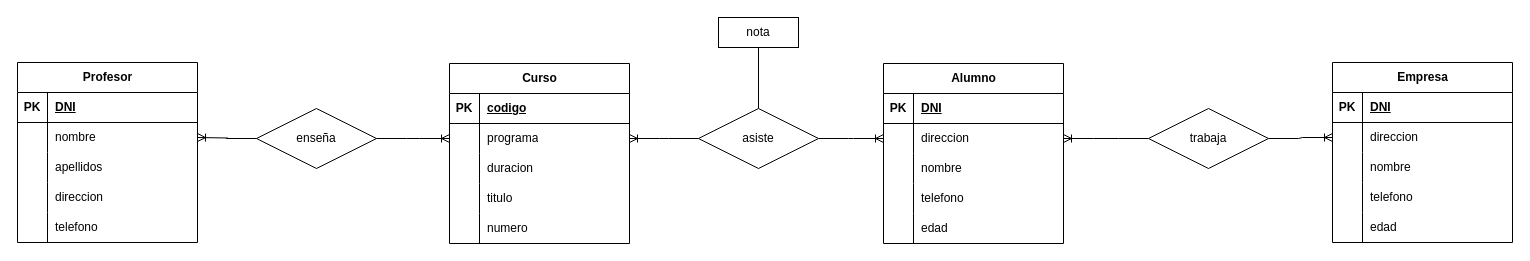
Above: Ejercicio2.drawio in Daninuro/diagrames-cvf-dn-mpl-n-11102023 (draw.io), before the change. Source tidied: cells renumbered, new cells numbered last; positions are measured from the earlier drawing's top-left corner, leaving out a move shared by most shapes. Both pictures are drawn from the tidied source at 100%, with x=0, y=0 at pixel (17, 17).
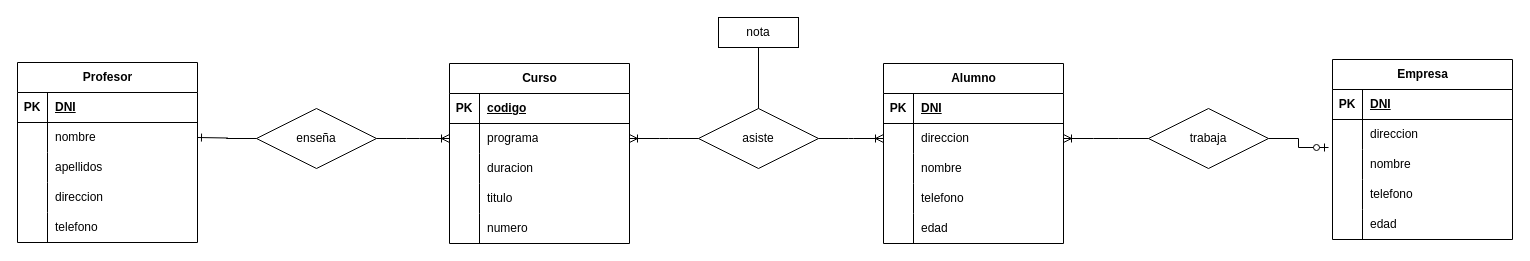
The same diagram, later.

The change refers to these unchanged cells:
```xml
<mxCell id="6" style="shape=tableRow;horizontal=0;startSize=0;swimlaneHead=0;swimlaneBody=0;fillColor=none;points=[[0,0.5],[1,0.5]];portConstraint=eastwest;top=0;left=0;right=0;bottom=0;" parent="2" vertex="1">
  <mxGeometry y="60" width="180" height="30" as="geometry" />
</mxCell>
<mxCell id="18" value="enseña" style="shape=rhombus;perimeter=rhombusPerimeter;whiteSpace=wrap;html=1;align=center;" parent="1" vertex="1">
  <mxGeometry x="239" y="91" width="120" height="60" as="geometry" />
</mxCell>
<mxCell id="58" value="trabaja" style="shape=rhombus;perimeter=rhombusPerimeter;whiteSpace=wrap;html=1;align=center;" parent="1" vertex="1">
  <mxGeometry x="1131" y="91" width="120" height="60" as="geometry" />
</mxCell>
<mxCell id="63" style="shape=tableRow;horizontal=0;startSize=0;swimlaneHead=0;swimlaneBody=0;fillColor=none;points=[[0,0.5],[1,0.5]];portConstraint=eastwest;top=0;left=0;right=0;bottom=0;" parent="59" vertex="1">
  <mxGeometry y="60" width="180" height="30" as="geometry" />
</mxCell>
```

The edit, as a diff of the source:
```diff
@@
-    <mxCell id="57" style="edgeStyle=entityRelationEdgeStyle;fontSize=12;html=1;endArrow=ERoneToMany;rounded=0;exitX=0;exitY=0.5;exitDx=0;exitDy=0;" parent="1" edge="1" source="18" target="6">
-      <mxGeometry relative="1" as="geometry" />
-    </mxCell>
@@
     <mxCell id="59" value="Empresa" style="shape=table;startSize=30;childLayout=tableLayout;rowLines=0;fontStyle=1;align=center;html=1;" parent="1" vertex="1">
-      <mxGeometry x="1315" y="45" width="180" height="180" as="geometry" />
+      <mxGeometry x="1315" y="42" width="180" height="180" as="geometry" />
     </mxCell>
@@
-    <mxCell id="76" style="edgeStyle=entityRelationEdgeStyle;fontSize=12;html=1;endArrow=ERoneToMany;rounded=0;entryX=0;entryY=0.5;entryDx=0;entryDy=0;exitX=1;exitY=0.5;exitDx=0;exitDy=0;" parent="1" edge="1" source="58" target="63">
-      <mxGeometry relative="1" as="geometry" />
-    </mxCell>
+    <mxCell id="57" style="edgeStyle=entityRelationEdgeStyle;fontSize=12;html=1;endArrow=ERone;endFill=1;rounded=0;entryX=1;entryY=0.5;entryDx=0;entryDy=0;exitX=0;exitY=0.5;exitDx=0;exitDy=0;" parent="1" edge="1" source="18" target="6">
+      <mxGeometry relative="1" as="geometry" />
+    </mxCell>
+    <mxCell id="77" style="edgeStyle=entityRelationEdgeStyle;fontSize=12;html=1;endArrow=ERzeroToOne;endFill=1;rounded=0;exitX=1;exitY=0.5;exitDx=0;exitDy=0;" parent="1" edge="1" source="58">
+      <mxGeometry relative="1" as="geometry">
+        <mxPoint x="1311" y="130" as="targetPoint" />
+      </mxGeometry>
+    </mxCell>
```
